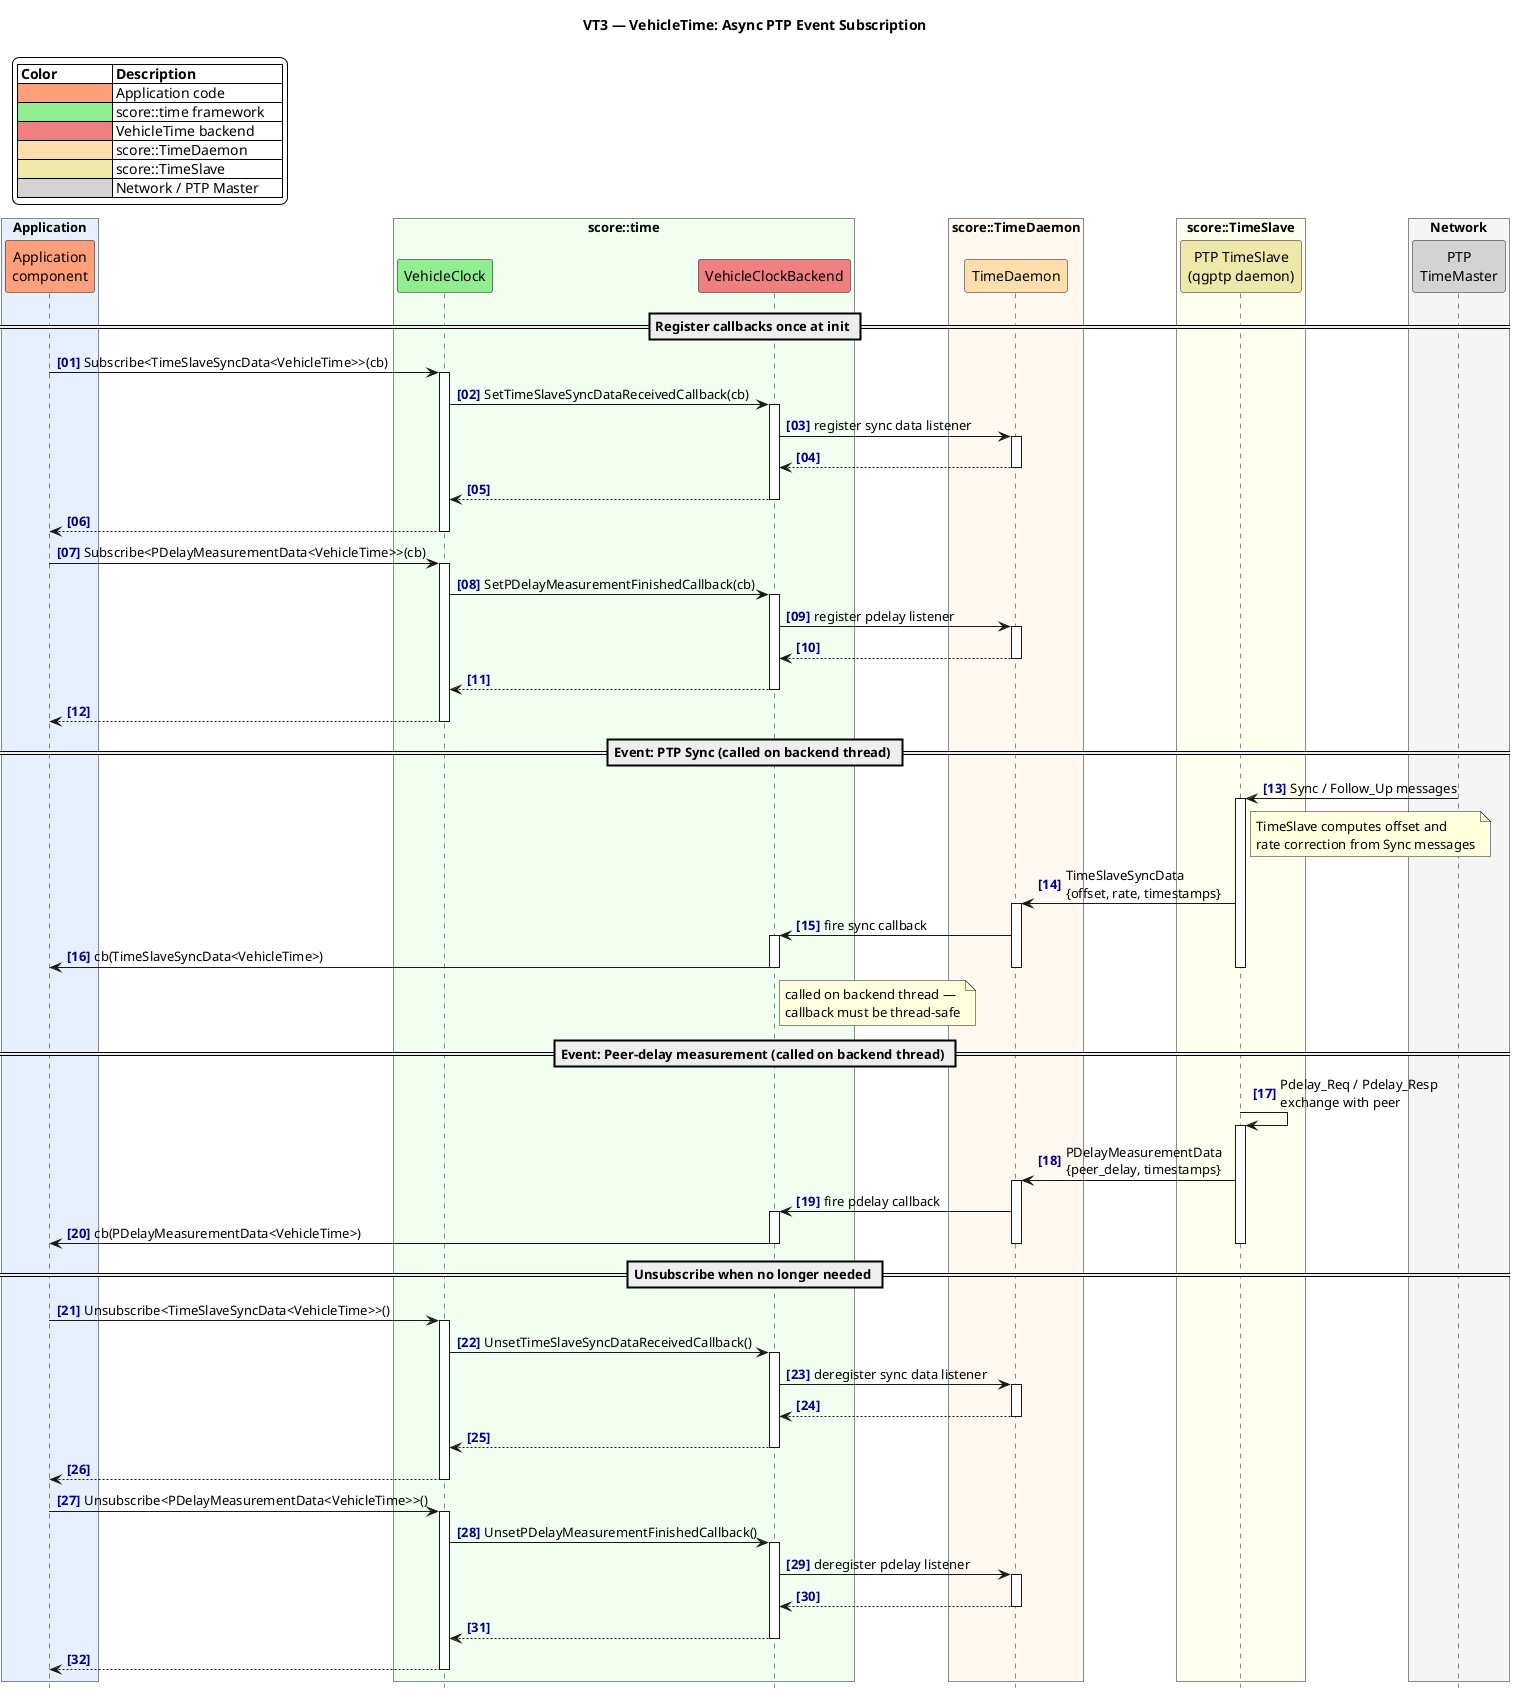
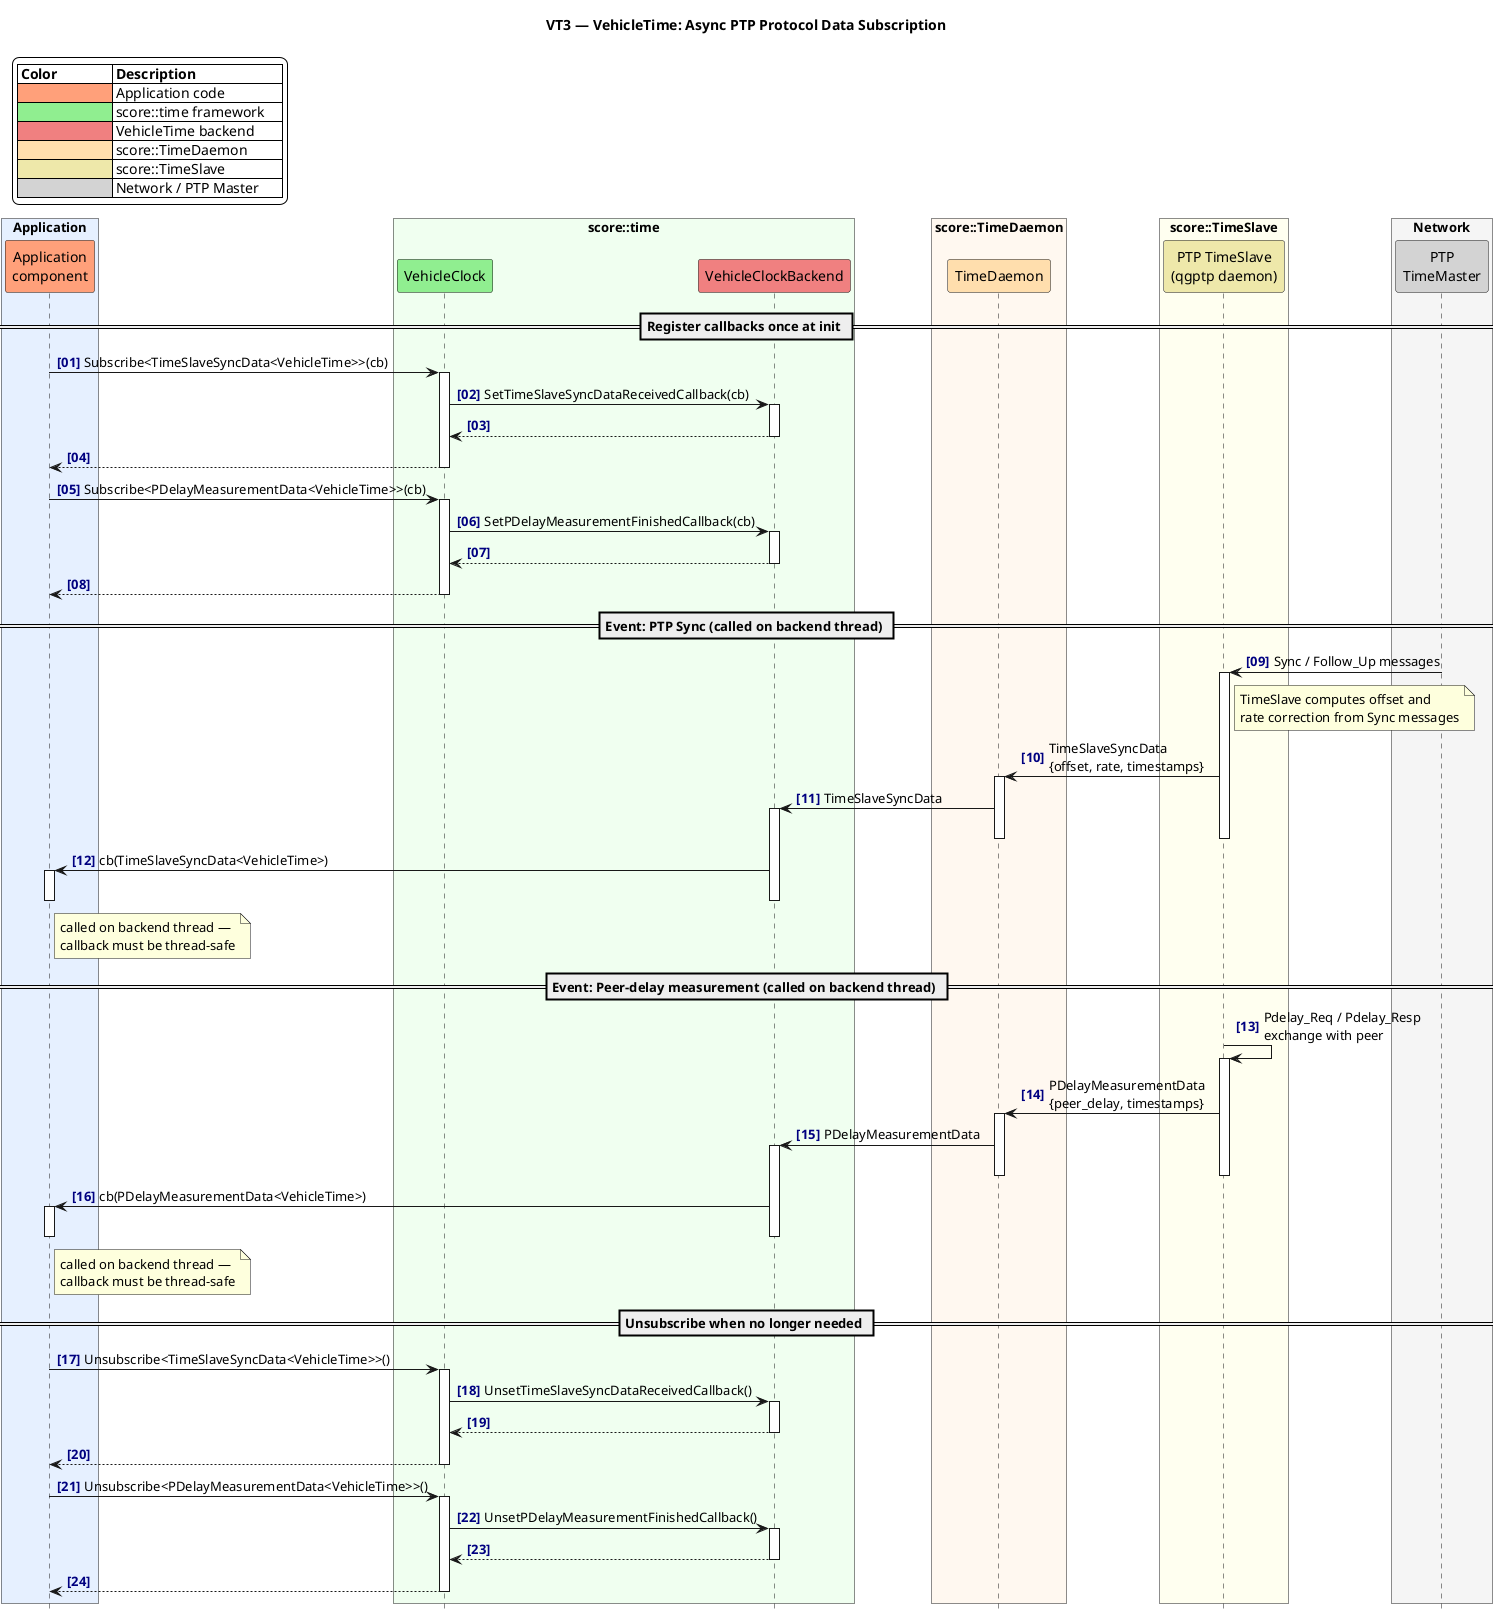
@startuml vt3_subscription

- title VT3 — VehicleTime: Async PTP Event Subscription
+ title VT3 — VehicleTime: Async PTP Protocol Data Subscription

skinparam backgroundColor white
hide footbox
autonumber "<font color=navy><b>[00]"

legend top left
    |= Color               |= Description              |
    |<#LightSalmon>        | Application code          |
    |<#LightGreen>         | score::time framework     |
    |<#LightCoral>         | VehicleTime backend       |
    |<#NavajoWhite>        | score::TimeDaemon         |
    |<#PaleGoldenRod>      | score::TimeSlave          |
    |<#LightGray>          | Network / PTP Master      |
endlegend

box "Application" #e6f0ff
    participant "Application\ncomponent" as app #LightSalmon
end box

box "score::time" #f0fff0
    participant "VehicleClock" as clock #LightGreen
    participant "VehicleClockBackend" as backend #LightCoral
end box

box "score::TimeDaemon" #fff8f0
    participant "TimeDaemon" as td #NavajoWhite
end box

box "score::TimeSlave" #fffff0
    participant "PTP TimeSlave\n(qgptp daemon)" as ts #PaleGoldenRod
end box

box "Network" #f5f5f5
    participant "PTP\nTimeMaster" as master #LightGray
end box

== Register callbacks once at init ==

app -> clock : Subscribe<TimeSlaveSyncData<VehicleTime>>(cb)
activate clock
clock -> backend : SetTimeSlaveSyncDataReceivedCallback(cb)
activate backend
- backend -> td : register sync data listener
- activate td
- td --> backend
- deactivate td
backend --> clock
deactivate backend
clock --> app
deactivate clock

app -> clock : Subscribe<PDelayMeasurementData<VehicleTime>>(cb)
activate clock
clock -> backend : SetPDelayMeasurementFinishedCallback(cb)
activate backend
- backend -> td : register pdelay listener
- activate td
- td --> backend
- deactivate td
backend --> clock
deactivate backend
clock --> app
deactivate clock

== Event: PTP Sync (called on backend thread) ==

master -> ts : Sync / Follow_Up messages
activate ts
note right of ts
    TimeSlave computes offset and
    rate correction from Sync messages
end note
ts -> td : TimeSlaveSyncData\n{offset, rate, timestamps}
activate td
- td -> backend : fire sync callback
+ td -> backend : TimeSlaveSyncData
activate backend
+ deactivate td
+ deactivate ts
backend -> app : cb(TimeSlaveSyncData<VehicleTime>)
- note right of backend
+ activate app
+ note right of app
    called on backend thread —
    callback must be thread-safe
end note
+ deactivate app
deactivate backend
- deactivate td
- deactivate ts

== Event: Peer-delay measurement (called on backend thread) ==

ts -> ts : Pdelay_Req / Pdelay_Resp\nexchange with peer
activate ts
ts -> td : PDelayMeasurementData\n{peer_delay, timestamps}
activate td
- td -> backend : fire pdelay callback
+ td -> backend : PDelayMeasurementData
activate backend
- backend -> app : cb(PDelayMeasurementData<VehicleTime>)
- deactivate backend
deactivate td
deactivate ts
+ backend -> app : cb(PDelayMeasurementData<VehicleTime>)
+ activate app
+ note right of app
+     called on backend thread —
+     callback must be thread-safe
+ end note
+ deactivate app
+ deactivate backend

== Unsubscribe when no longer needed ==

app -> clock : Unsubscribe<TimeSlaveSyncData<VehicleTime>>()
activate clock
clock -> backend : UnsetTimeSlaveSyncDataReceivedCallback()
activate backend
- backend -> td : deregister sync data listener
- activate td
- td --> backend
- deactivate td
backend --> clock
deactivate backend
clock --> app
deactivate clock

app -> clock : Unsubscribe<PDelayMeasurementData<VehicleTime>>()
activate clock
clock -> backend : UnsetPDelayMeasurementFinishedCallback()
activate backend
- backend -> td : deregister pdelay listener
- activate td
- td --> backend
- deactivate td
backend --> clock
deactivate backend
clock --> app
deactivate clock

@enduml
